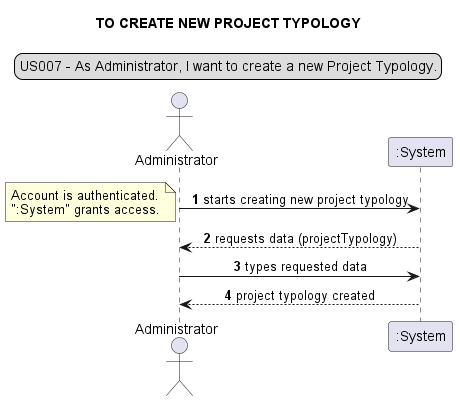
This is docs/requirements_gathering/system_sequence_diagrams/sprint02/SSD007-TO_CREATE_NEW_PROJECT_TYPOLOGY.png from Loracline/project_switch_22-23, a PlantUML export, as it was before one commit.
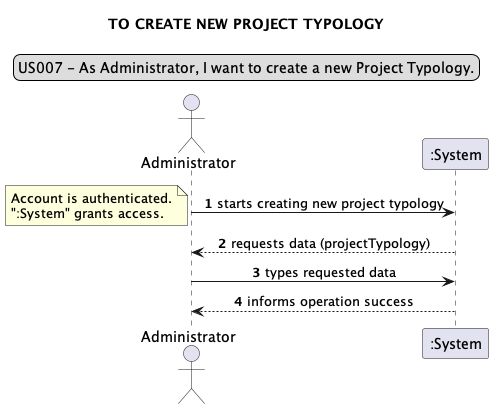
The same diagram one commit later.

Commit message:
No US number: Design: SSD's | Update System Sequence Diagram and png files according to new version

The edit, as a diff of the source:
```diff
@@ -13,5 +13,5 @@
 end note
 ":System" --> "Administrator": requests data (projectTypology)
 Administrator -> ":System": types requested data
-Administrator <-- ":System":project typology created
+Administrator <-- ":System": informs operation success
 @enduml
```
